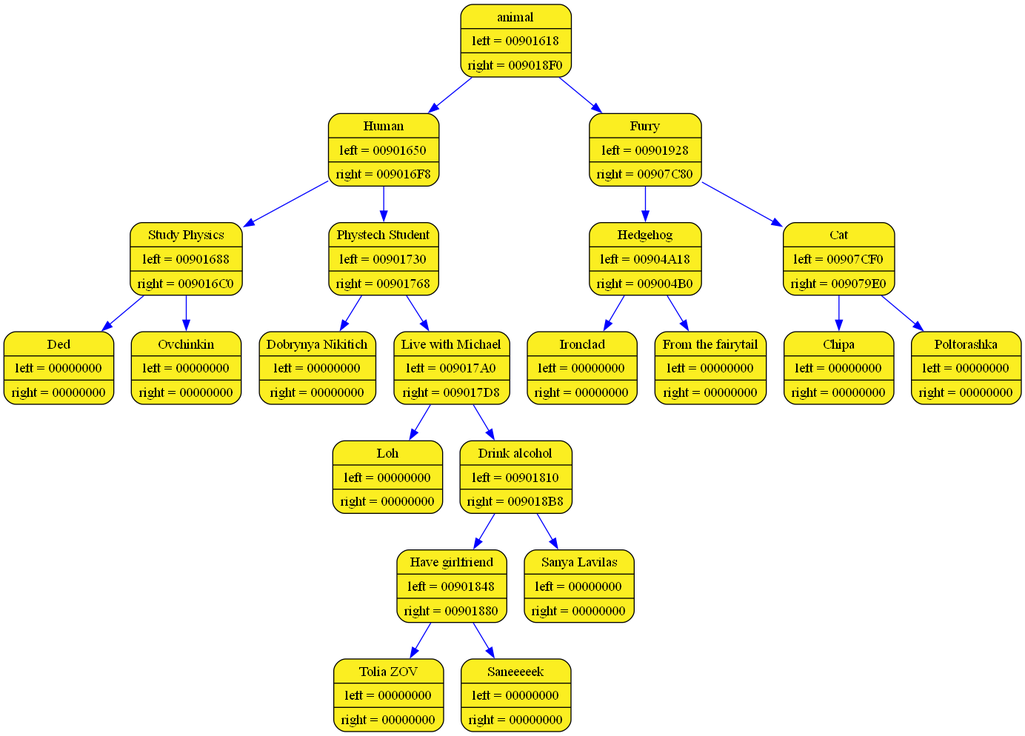
aywert/ACINATOR keeps this Graphviz diagram as log_folder_acinator/acinator_graph.png. Above is the earlier version. Its source is kept beside it as log_folder_acinator/acinator_graph.dot.
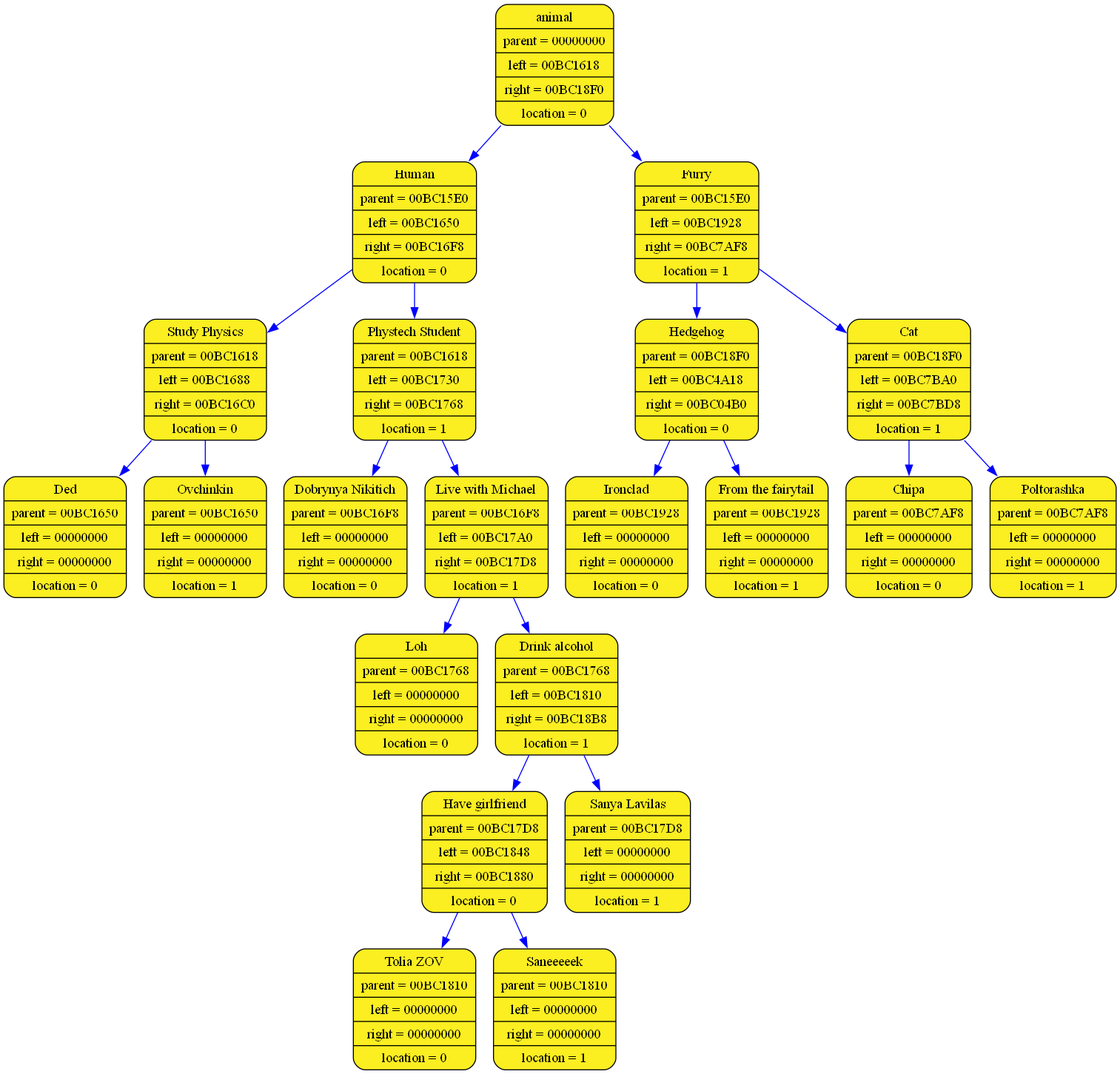
Later version of the same file.

What changed in the source:
```diff
@@ -1,45 +1,45 @@
 digraph list
 {
 rankdir=HR;
-	9442788 [shape = Mrecord; style = filled; fillcolor="#FBEE21"; color = "#000000"; fontcolor = "#000000"; label = "{ animal| left = 00901618| right = 009018F0}"];
-	9442844 [shape = Mrecord; style = filled; fillcolor="#FBEE21"; color = "#000000"; fontcolor = "#000000"; label = "{ Human| left = 00901650| right = 009016F8}"];
-	9442788 -> 9442844 [color="blue"]
-	9442900 [shape = Mrecord; style = filled; fillcolor="#FBEE21"; color = "#000000"; fontcolor = "#000000"; label = "{ Study Physics| left = 00901688| right = 009016C0}"];
-	9442844 -> 9442900 [color="blue"]
-	9442956 [shape = Mrecord; style = filled; fillcolor="#FBEE21"; color = "#000000"; fontcolor = "#000000"; label = "{ Ded| left = 00000000| right = 00000000}"];
-	9442900 -> 9442956 [color="blue"]
-	9443012 [shape = Mrecord; style = filled; fillcolor="#FBEE21"; color = "#000000"; fontcolor = "#000000"; label = "{ Ovchinkin| left = 00000000| right = 00000000}"];
-	9442900 -> 9443012 [color="blue"]
-	9443068 [shape = Mrecord; style = filled; fillcolor="#FBEE21"; color = "#000000"; fontcolor = "#000000"; label = "{ Phystech Student| left = 00901730| right = 00901768}"];
-	9442844 -> 9443068 [color="blue"]
-	9443124 [shape = Mrecord; style = filled; fillcolor="#FBEE21"; color = "#000000"; fontcolor = "#000000"; label = "{ Dobrynya Nikitich| left = 00000000| right = 00000000}"];
-	9443068 -> 9443124 [color="blue"]
-	9443180 [shape = Mrecord; style = filled; fillcolor="#FBEE21"; color = "#000000"; fontcolor = "#000000"; label = "{ Live with Michael| left = 009017A0| right = 009017D8}"];
-	9443068 -> 9443180 [color="blue"]
-	9443236 [shape = Mrecord; style = filled; fillcolor="#FBEE21"; color = "#000000"; fontcolor = "#000000"; label = "{ Loh| left = 00000000| right = 00000000}"];
-	9443180 -> 9443236 [color="blue"]
-	9443292 [shape = Mrecord; style = filled; fillcolor="#FBEE21"; color = "#000000"; fontcolor = "#000000"; label = "{ Drink alcohol| left = 00901810| right = 009018B8}"];
-	9443180 -> 9443292 [color="blue"]
-	9443348 [shape = Mrecord; style = filled; fillcolor="#FBEE21"; color = "#000000"; fontcolor = "#000000"; label = "{ Have girlfriend| left = 00901848| right = 00901880}"];
-	9443292 -> 9443348 [color="blue"]
-	9443404 [shape = Mrecord; style = filled; fillcolor="#FBEE21"; color = "#000000"; fontcolor = "#000000"; label = "{ Tolia ZOV| left = 00000000| right = 00000000}"];
-	9443348 -> 9443404 [color="blue"]
-	9443460 [shape = Mrecord; style = filled; fillcolor="#FBEE21"; color = "#000000"; fontcolor = "#000000"; label = "{ Saneeeeek| left = 00000000| right = 00000000}"];
-	9443348 -> 9443460 [color="blue"]
-	9443516 [shape = Mrecord; style = filled; fillcolor="#FBEE21"; color = "#000000"; fontcolor = "#000000"; label = "{ Sanya Lavilas| left = 00000000| right = 00000000}"];
-	9443292 -> 9443516 [color="blue"]
-	9443572 [shape = Mrecord; style = filled; fillcolor="#FBEE21"; color = "#000000"; fontcolor = "#000000"; label = "{ Furry| left = 00901928| right = 00907C80}"];
-	9442788 -> 9443572 [color="blue"]
-	9443628 [shape = Mrecord; style = filled; fillcolor="#FBEE21"; color = "#000000"; fontcolor = "#000000"; label = "{ Hedgehog| left = 00904A18| right = 009004B0}"];
-	9443572 -> 9443628 [color="blue"]
-	9456156 [shape = Mrecord; style = filled; fillcolor="#FBEE21"; color = "#000000"; fontcolor = "#000000"; label = "{ Ironclad| left = 00000000| right = 00000000}"];
-	9443628 -> 9456156 [color="blue"]
-	9438388 [shape = Mrecord; style = filled; fillcolor="#FBEE21"; color = "#000000"; fontcolor = "#000000"; label = "{ From the fairytail| left = 00000000| right = 00000000}"];
-	9443628 -> 9438388 [color="blue"]
-	9469060 [shape = Mrecord; style = filled; fillcolor="#FBEE21"; color = "#000000"; fontcolor = "#000000"; label = "{ Cat| left = 00907CF0| right = 009079E0}"];
-	9443572 -> 9469060 [color="blue"]
-	9469172 [shape = Mrecord; style = filled; fillcolor="#FBEE21"; color = "#000000"; fontcolor = "#000000"; label = "{ Chipa| left = 00000000| right = 00000000}"];
-	9469060 -> 9469172 [color="blue"]
-	9468388 [shape = Mrecord; style = filled; fillcolor="#FBEE21"; color = "#000000"; fontcolor = "#000000"; label = "{ Poltorashka| left = 00000000| right = 00000000}"];
-	9469060 -> 9468388 [color="blue"]
+	12326372 [shape = Mrecord; style = filled; fillcolor="#FBEE21"; color = "#000000"; fontcolor = "#000000"; label = "{ animal| parent = 00000000| left = 00BC1618| right = 00BC18F0| location = 0}"];
+	12326428 [shape = Mrecord; style = filled; fillcolor="#FBEE21"; color = "#000000"; fontcolor = "#000000"; label = "{ Human| parent = 00BC15E0| left = 00BC1650| right = 00BC16F8| location = 0}"];
+	12326372 -> 12326428 [color="blue"]
+	12326484 [shape = Mrecord; style = filled; fillcolor="#FBEE21"; color = "#000000"; fontcolor = "#000000"; label = "{ Study Physics| parent = 00BC1618| left = 00BC1688| right = 00BC16C0| location = 0}"];
+	12326428 -> 12326484 [color="blue"]
+	12326540 [shape = Mrecord; style = filled; fillcolor="#FBEE21"; color = "#000000"; fontcolor = "#000000"; label = "{ Ded| parent = 00BC1650| left = 00000000| right = 00000000| location = 0}"];
+	12326484 -> 12326540 [color="blue"]
+	12326596 [shape = Mrecord; style = filled; fillcolor="#FBEE21"; color = "#000000"; fontcolor = "#000000"; label = "{ Ovchinkin| parent = 00BC1650| left = 00000000| right = 00000000| location = 1}"];
+	12326484 -> 12326596 [color="blue"]
+	12326652 [shape = Mrecord; style = filled; fillcolor="#FBEE21"; color = "#000000"; fontcolor = "#000000"; label = "{ Phystech Student| parent = 00BC1618| left = 00BC1730| right = 00BC1768| location = 1}"];
+	12326428 -> 12326652 [color="blue"]
+	12326708 [shape = Mrecord; style = filled; fillcolor="#FBEE21"; color = "#000000"; fontcolor = "#000000"; label = "{ Dobrynya Nikitich| parent = 00BC16F8| left = 00000000| right = 00000000| location = 0}"];
+	12326652 -> 12326708 [color="blue"]
+	12326764 [shape = Mrecord; style = filled; fillcolor="#FBEE21"; color = "#000000"; fontcolor = "#000000"; label = "{ Live with Michael| parent = 00BC16F8| left = 00BC17A0| right = 00BC17D8| location = 1}"];
+	12326652 -> 12326764 [color="blue"]
+	12326820 [shape = Mrecord; style = filled; fillcolor="#FBEE21"; color = "#000000"; fontcolor = "#000000"; label = "{ Loh| parent = 00BC1768| left = 00000000| right = 00000000| location = 0}"];
+	12326764 -> 12326820 [color="blue"]
+	12326876 [shape = Mrecord; style = filled; fillcolor="#FBEE21"; color = "#000000"; fontcolor = "#000000"; label = "{ Drink alcohol| parent = 00BC1768| left = 00BC1810| right = 00BC18B8| location = 1}"];
+	12326764 -> 12326876 [color="blue"]
+	12326932 [shape = Mrecord; style = filled; fillcolor="#FBEE21"; color = "#000000"; fontcolor = "#000000"; label = "{ Have girlfriend| parent = 00BC17D8| left = 00BC1848| right = 00BC1880| location = 0}"];
+	12326876 -> 12326932 [color="blue"]
+	12326988 [shape = Mrecord; style = filled; fillcolor="#FBEE21"; color = "#000000"; fontcolor = "#000000"; label = "{ Tolia ZOV| parent = 00BC1810| left = 00000000| right = 00000000| location = 0}"];
+	12326932 -> 12326988 [color="blue"]
+	12327044 [shape = Mrecord; style = filled; fillcolor="#FBEE21"; color = "#000000"; fontcolor = "#000000"; label = "{ Saneeeeek| parent = 00BC1810| left = 00000000| right = 00000000| location = 1}"];
+	12326932 -> 12327044 [color="blue"]
+	12327100 [shape = Mrecord; style = filled; fillcolor="#FBEE21"; color = "#000000"; fontcolor = "#000000"; label = "{ Sanya Lavilas| parent = 00BC17D8| left = 00000000| right = 00000000| location = 1}"];
+	12326876 -> 12327100 [color="blue"]
+	12327156 [shape = Mrecord; style = filled; fillcolor="#FBEE21"; color = "#000000"; fontcolor = "#000000"; label = "{ Furry| parent = 00BC15E0| left = 00BC1928| right = 00BC7AF8| location = 1}"];
+	12326372 -> 12327156 [color="blue"]
+	12327212 [shape = Mrecord; style = filled; fillcolor="#FBEE21"; color = "#000000"; fontcolor = "#000000"; label = "{ Hedgehog| parent = 00BC18F0| left = 00BC4A18| right = 00BC04B0| location = 0}"];
+	12327156 -> 12327212 [color="blue"]
+	12339740 [shape = Mrecord; style = filled; fillcolor="#FBEE21"; color = "#000000"; fontcolor = "#000000"; label = "{ Ironclad| parent = 00BC1928| left = 00000000| right = 00000000| location = 0}"];
+	12327212 -> 12339740 [color="blue"]
+	12321972 [shape = Mrecord; style = filled; fillcolor="#FBEE21"; color = "#000000"; fontcolor = "#000000"; label = "{ From the fairytail| parent = 00BC1928| left = 00000000| right = 00000000| location = 1}"];
+	12327212 -> 12321972 [color="blue"]
+	12352252 [shape = Mrecord; style = filled; fillcolor="#FBEE21"; color = "#000000"; fontcolor = "#000000"; label = "{ Cat| parent = 00BC18F0| left = 00BC7BA0| right = 00BC7BD8| location = 1}"];
+	12327156 -> 12352252 [color="blue"]
+	12352420 [shape = Mrecord; style = filled; fillcolor="#FBEE21"; color = "#000000"; fontcolor = "#000000"; label = "{ Chipa| parent = 00BC7AF8| left = 00000000| right = 00000000| location = 0}"];
+	12352252 -> 12352420 [color="blue"]
+	12352476 [shape = Mrecord; style = filled; fillcolor="#FBEE21"; color = "#000000"; fontcolor = "#000000"; label = "{ Poltorashka| parent = 00BC7AF8| left = 00000000| right = 00000000| location = 1}"];
+	12352252 -> 12352476 [color="blue"]
 	}
```
